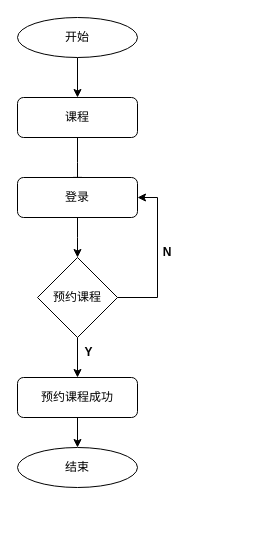
Earlier version of the draw.io diagram 未命名绘图.drawio (zcb333/front-end-interview). Source tidied: cells renumbered, new cells numbered last; positions are measured from the earlier drawing's top-left corner, leaving out a move shared by most shapes. Both pictures are drawn from the tidied source at 100%, with x=0, y=0 at pixel (17, 17).
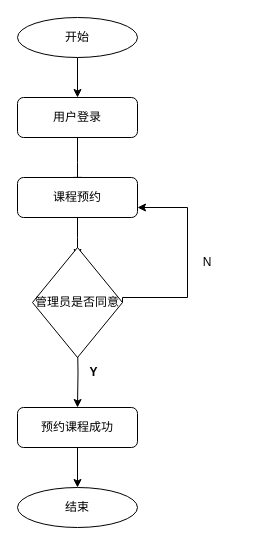
The same diagram, later.

Commit message:
用户课程预约.drawio

The edit, as a diff of the source:
```diff
@@
-    <mxCell id="3" value="课程" style="rounded=1;whiteSpace=wrap;html=1;fontSize=12;glass=0;strokeWidth=1;shadow=0;" parent="1" vertex="1">
+    <mxCell id="3" value="用户登录" style="rounded=1;whiteSpace=wrap;html=1;fontSize=12;glass=0;strokeWidth=1;shadow=0;" parent="1" vertex="1">
       <mxGeometry y="80" width="120" height="40" as="geometry" />
     </mxCell>
@@
-    <mxCell id="7" value="登录" style="rounded=1;whiteSpace=wrap;html=1;fontSize=12;glass=0;strokeWidth=1;shadow=0;" parent="1" vertex="1">
+    <mxCell id="7" value="课程预约" style="rounded=1;whiteSpace=wrap;html=1;fontSize=12;glass=0;strokeWidth=1;shadow=0;" parent="1" vertex="1">
       <mxGeometry y="160" width="120" height="40" as="geometry" />
     </mxCell>
-    <mxCell id="8" style="edgeStyle=orthogonalEdgeStyle;rounded=0;jettySize=auto;html=1;exitX=0.5;exitY=1;exitDx=0;exitDy=0;" parent="1" edge="1" source="10">
-      <mxGeometry relative="1" as="geometry">
-        <mxPoint x="60" y="400" as="targetPoint" />
-      </mxGeometry>
-    </mxCell>
@@
     <mxCell id="10" value="预约课程成功" style="rounded=1;whiteSpace=wrap;html=1;fontSize=12;glass=0;strokeWidth=1;shadow=0;" parent="1" vertex="1">
-      <mxGeometry y="360" width="120" height="40" as="geometry" />
+      <mxGeometry y="390" width="120" height="40" as="geometry" />
     </mxCell>
-    <mxCell id="11" style="edgeStyle=orthogonalEdgeStyle;rounded=0;jettySize=auto;html=1;" parent="1" edge="1" source="13" target="10">
-      <mxGeometry relative="1" as="geometry" />
+    <mxCell id="11" style="edgeStyle=orthogonalEdgeStyle;rounded=0;jettySize=auto;html=1;" parent="1" edge="1" target="10">
+      <mxGeometry relative="1" as="geometry">
+        <mxPoint x="60" y="320" as="sourcePoint" />
+      </mxGeometry>
     </mxCell>
-    <mxCell id="12" style="edgeStyle=orthogonalEdgeStyle;rounded=0;jettySize=auto;html=1;entryX=1;entryY=0.5;entryDx=0;entryDy=0;" parent="1" edge="1" source="13" target="7">
-      <mxGeometry relative="1" as="geometry">
-        <Array as="points">
-          <mxPoint x="140" y="280" />
-          <mxPoint x="140" y="180" />
-        </Array>
-      </mxGeometry>
-    </mxCell>
-    <mxCell id="13" value="预约课程" style="rhombus;whiteSpace=wrap;html=1;" parent="1" vertex="1">
-      <mxGeometry x="20" y="240" width="80" height="80" as="geometry" />
-    </mxCell>
     <mxCell id="14" value="&lt;span style=&quot;white-space: pre;&quot;&gt; &lt;/span&gt;Y" style="text;html=1;strokeColor=none;fillColor=none;align=center;verticalAlign=middle;whiteSpace=wrap;rounded=0;fontStyle=1;" parent="1" vertex="1">
-      <mxGeometry x="40" y="320" width="60" height="30" as="geometry" />
+      <mxGeometry x="45" y="340" width="60" height="30" as="geometry" />
     </mxCell>
+    <mxCell id="16" value="结束" style="ellipse;whiteSpace=wrap;html=1;" parent="1" vertex="1">
+      <mxGeometry y="470" width="120" height="40" as="geometry" />
+    </mxCell>
+    <mxCell id="17" style="edgeStyle=orthogonalEdgeStyle;rounded=0;jettySize=auto;html=1;exitX=1;exitY=0.5;exitDx=0;exitDy=0;entryX=1;entryY=0.75;entryDx=0;entryDy=0;" parent="1" edge="1" source="18" target="7">
+      <mxGeometry relative="1" as="geometry">
+        <Array as="points">
+          <mxPoint x="105" y="280" />
+          <mxPoint x="170" y="280" />
+          <mxPoint x="170" y="190" />
+        </Array>
+      </mxGeometry>
+    </mxCell>
+    <mxCell id="18" value="管理员是否同意" style="rhombus;whiteSpace=wrap;html=1;" parent="1" vertex="1">
+      <mxGeometry x="15" y="230" width="90" height="110" as="geometry" />
+    </mxCell>
-    <mxCell id="15" value="&lt;b&gt;N&lt;/b&gt;" style="text;html=1;strokeColor=none;fillColor=none;align=center;verticalAlign=middle;whiteSpace=wrap;rounded=0;" parent="1" vertex="1">
-      <mxGeometry x="120" y="220" width="60" height="30" as="geometry" />
+    <mxCell id="15" value="N" style="text;html=1;strokeColor=none;fillColor=none;align=center;verticalAlign=middle;whiteSpace=wrap;rounded=0;" parent="1" vertex="1">
+      <mxGeometry x="160" y="230" width="60" height="30" as="geometry" />
     </mxCell>
-    <mxCell id="16" value="结束" style="ellipse;whiteSpace=wrap;html=1;" parent="1" vertex="1">
-      <mxGeometry y="430" width="120" height="40" as="geometry" />
-    </mxCell>
```
